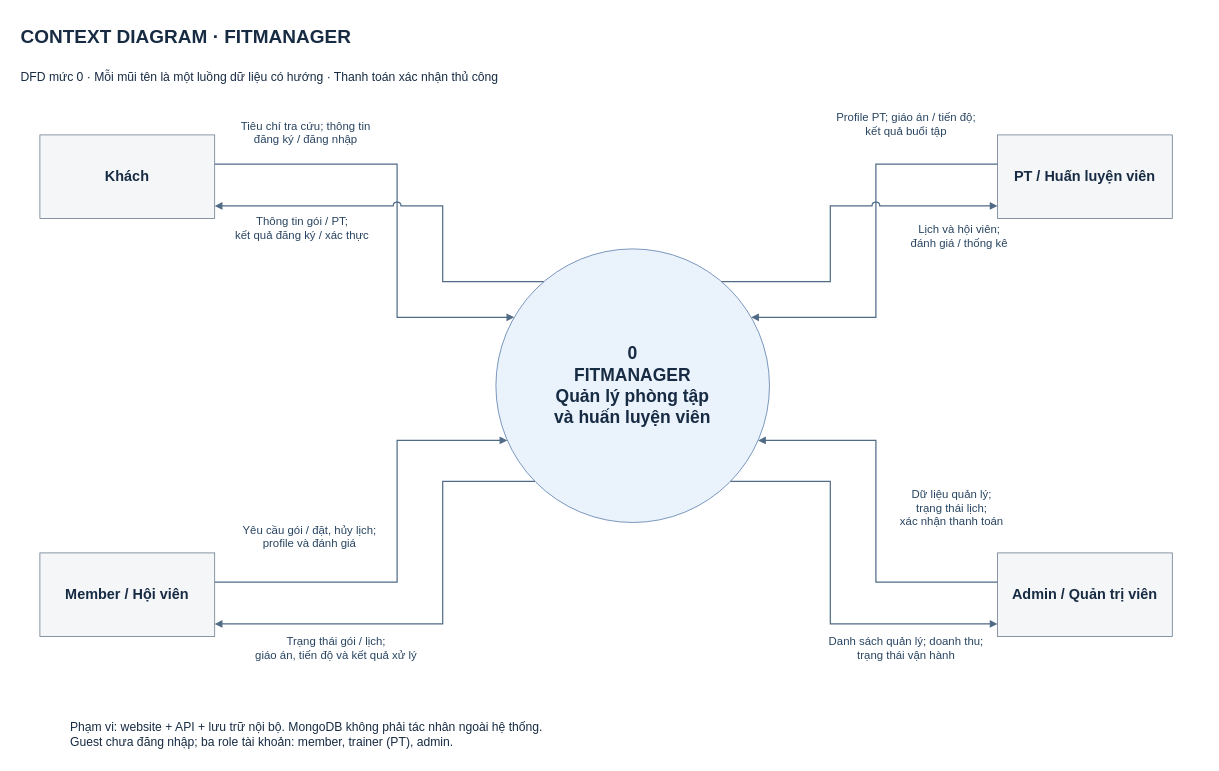
Earlier version of the draw.io diagram docs/diagram/context.drawio (Huy-Haru/ProjectSDN). Source tidied: cells renumbered, new cells numbered last; positions are measured from the earlier drawing's top-left corner, leaving out a move shared by most shapes. Both pictures are drawn from the tidied source at 76%, with x=0, y=0 at pixel (13, 13).
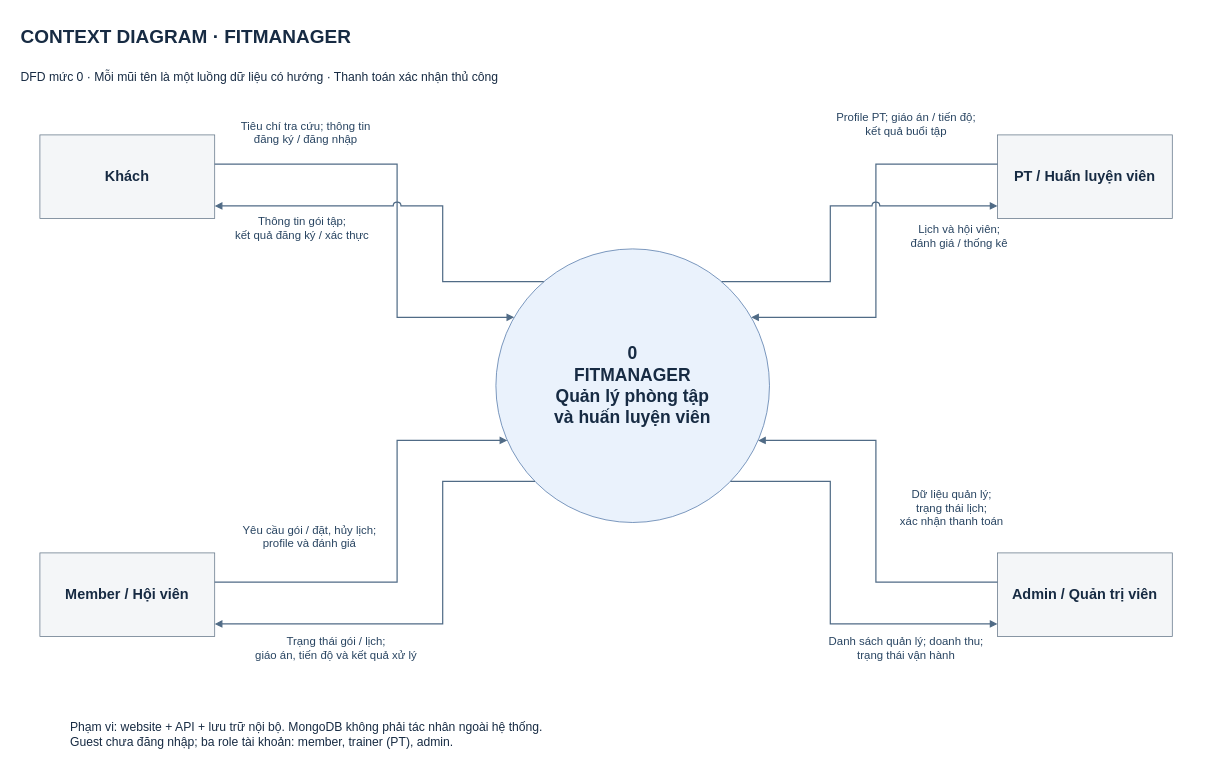
After the change.

Unchanged cells that the change refers to:
```xml
<mxCell id="4" value="0&#10;FITMANAGER&#10;Quản lý phòng tập&#10;và huấn luyện viên" style="html=0;whiteSpace=wrap;fontFamily=Arial;fontSize=23;fontColor=#172b43;strokeColor=#5479aa;fillColor=#eaf2fc;spacing=10;ellipse;fontStyle=1;" parent="1" vertex="1">
  <mxGeometry x="635" y="310" width="360" height="360" as="geometry" />
</mxCell>
<mxCell id="5" value="Khách" style="html=0;whiteSpace=wrap;fontFamily=Arial;fontSize=19;fontColor=#172b43;strokeColor=#66788a;fillColor=#f4f6f8;spacing=10;rounded=0;fontStyle=1;" parent="1" vertex="1">
  <mxGeometry x="35" y="160" width="230" height="110" as="geometry" />
</mxCell>
```

The edit, as a diff of the source:
```diff
@@
-    <mxCell id="11" value="Thông tin gói / PT;&#10;kết quả đăng ký / xác thực" style="edgeStyle=none;orthogonal=1;rounded=0;html=0;strokeColor=#506b86;strokeWidth=1.6;jumpStyle=arc;jumpSize=9;endArrow=block;endFill=1;exitX=0.17503846381456153;exitY=0.11999999999999997;exitPerimeter=0;entryX=1;entryY=0.85;entryPerimeter=0;fontFamily=Arial;fontSize=15;fontColor=#284461;labelBackgroundColor=none;" parent="1" edge="1" source="4" target="5">
+    <mxCell id="11" value="Thông tin gói tập;&#10;kết quả đăng ký / xác thực" style="edgeStyle=none;orthogonal=1;rounded=0;html=0;strokeColor=#506b86;strokeWidth=1.6;jumpStyle=arc;jumpSize=9;endArrow=block;endFill=1;exitX=0.17503846381456153;exitY=0.11999999999999997;exitPerimeter=0;entryX=1;entryY=0.85;entryPerimeter=0;fontFamily=Arial;fontSize=15;fontColor=#284461;labelBackgroundColor=none;" parent="1" edge="1" source="4" target="5">
       <mxGeometry relative="1" as="geometry">
         <Array as="points">
           <mxPoint x="565" y="353.2" />
           <mxPoint x="565" y="253.5" />
         </Array>
         <mxPoint x="-151.4" y="28.5" as="offset" />
       </mxGeometry>
     </mxCell>
```
